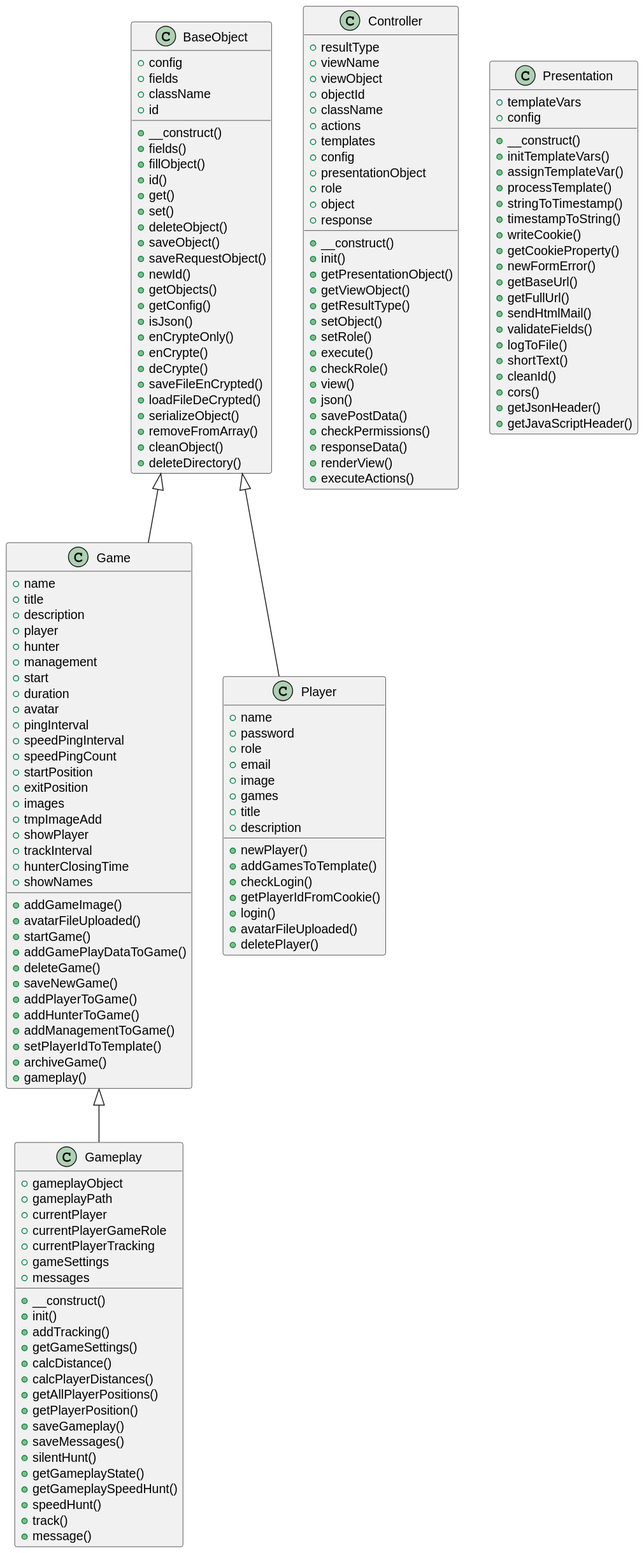
Before: includes/docs/php/graphs/classes.svg, a diagram exported from PlantUML (septem-sensu/friendshunt). Its diagram source:
```plantuml
@startuml
class BaseObject {
  +config
  +fields
  +className
  +id
  +__construct()
  +fields()
  +fillObject()
  +id()
  +get()
  +set()
  +deleteObject()
  +saveObject()
  +saveRequestObject()
  +newId()
  +getObjects()
  +getConfig()
  +isJson()
  +enCrypteOnly()
  +enCrypte()
  +deCrypte()
  +saveFileEnCrypted()
  +loadFileDeCrypted()
  +serializeObject()
  +removeFromArray()
  +cleanObject()
  +deleteDirectory()
}

class Controller {
  +resultType
  +viewName
  +viewObject
  +objectId
  +className
  +actions
  +templates
  +config
  +presentationObject
  +role
  +object
  +response
  +__construct()
  +init()
  +getPresentationObject()
  +getViewObject()
  +getResultType()
  +setObject()
  +setRole()
  +execute()
  +checkRole()
  +view()
  +json()
  +savePostData()
  +checkPermissions()
  +responseData()
  +renderView()
  +executeActions()
}

class Game {
  +name
  +title
  +description
  +player
  +hunter
  +management
  +start
  +duration
  +avatar
  +pingInterval
  +speedPingInterval
  +speedPingCount
  +startPosition
  +exitPosition
  +images
  +tmpImageAdd
  +showPlayer
  +trackInterval
  +hunterClosingTime
  +showNames
  +addGameImage()
  +avatarFileUploaded()
  +startGame()
  +addGamePlayDataToGame()
  +deleteGame()
  +saveNewGame()
  +addPlayerToGame()
  +addHunterToGame()
  +addManagementToGame()
  +setPlayerIdToTemplate()
  +archiveGame()
  +gameplay()
}

class Gameplay {
  +gameplayObject
  +gameplayPath
  +currentPlayer
  +currentPlayerGameRole
  +currentPlayerTracking
  +gameSettings
  +messages
  +__construct()
  +init()
  +addTracking()
  +getGameSettings()
  +calcDistance()
  +calcPlayerDistances()
  +getAllPlayerPositions()
  +getPlayerPosition()
  +saveGameplay()
  +saveMessages()
  +silentHunt()
  +getGameplayState()
  +getGameplaySpeedHunt()
  +speedHunt()
  +track()
  +message()
}

class Player {
  +name
  +password
  +role
  +email
  +image
  +games
  +title
  +description
  +newPlayer()
  +addGamesToTemplate()
  +checkLogin()
  +getPlayerIdFromCookie()
  +login()
  +avatarFileUploaded()
  +deletePlayer()
}

class Presentation {
  +templateVars
  +config
  +__construct()
  +initTemplateVars()
  +assignTemplateVar()
  +processTemplate()
  +stringToTimestamp()
  +timestampToString()
  +writeCookie()
  +getCookieProperty()
  +newFormError()
  +getBaseUrl()
  +getFullUrl()
  +sendHtmlMail()
  +validateFields()
  +logToFile()
  +shortText()
  +cleanId()
  +cors()
  +getJsonHeader()
  +getJavaScriptHeader()
}

BaseObject <|-- Game
Game <|-- Gameplay
BaseObject <|-- Player
@enduml
```
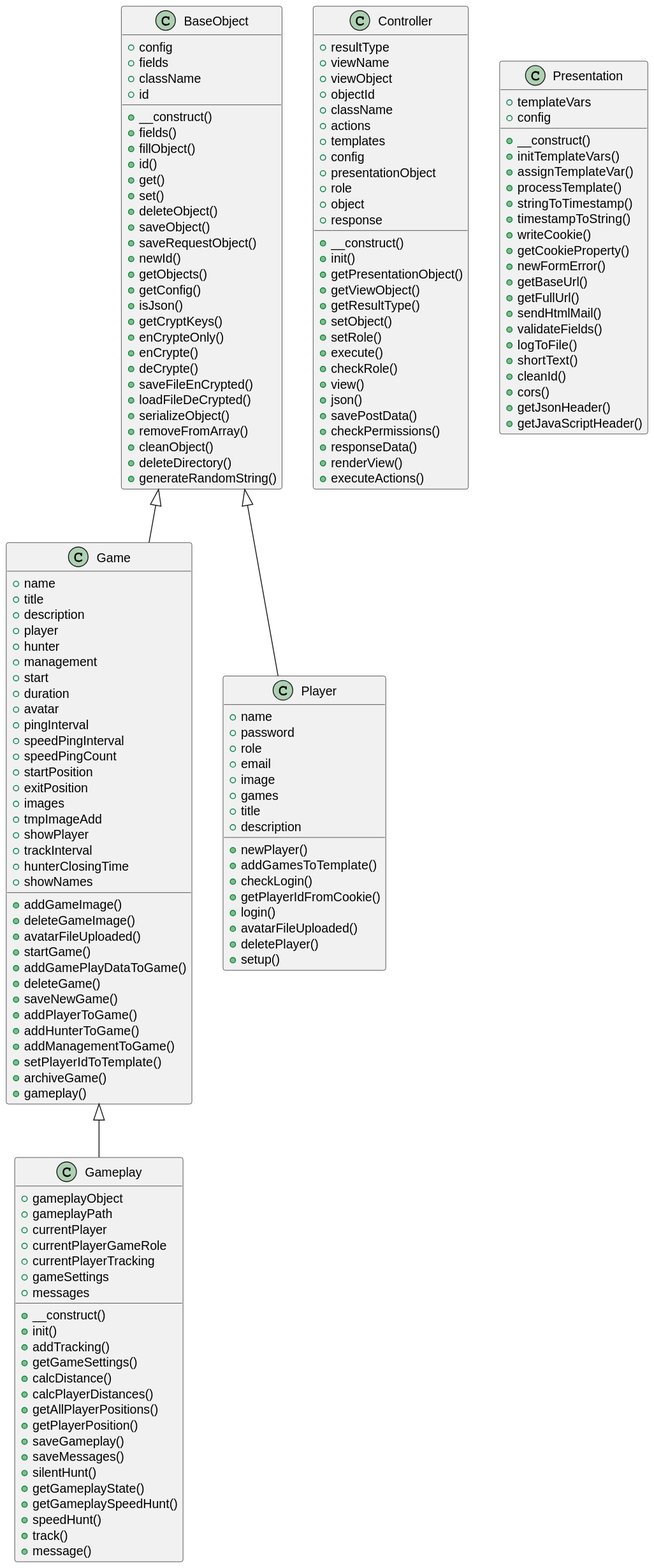
Above is the later version.

The edit, as a diff of the source:
```diff
@@ -17,6 +17,7 @@
   +getObjects()
   +getConfig()
   +isJson()
+  +getCryptKeys()
   +enCrypteOnly()
   +enCrypte()
   +deCrypte()
@@ -26,6 +27,7 @@
   +removeFromArray()
   +cleanObject()
   +deleteDirectory()
+  +generateRandomString()
 }
 
 class Controller {
@@ -81,6 +83,7 @@
   +hunterClosingTime
   +showNames
   +addGameImage()
+  +deleteGameImage()
   +avatarFileUploaded()
   +startGame()
   +addGamePlayDataToGame()
@@ -136,6 +139,7 @@
   +login()
   +avatarFileUploaded()
   +deletePlayer()
+  +setup()
 }
 
 class Presentation {
```
